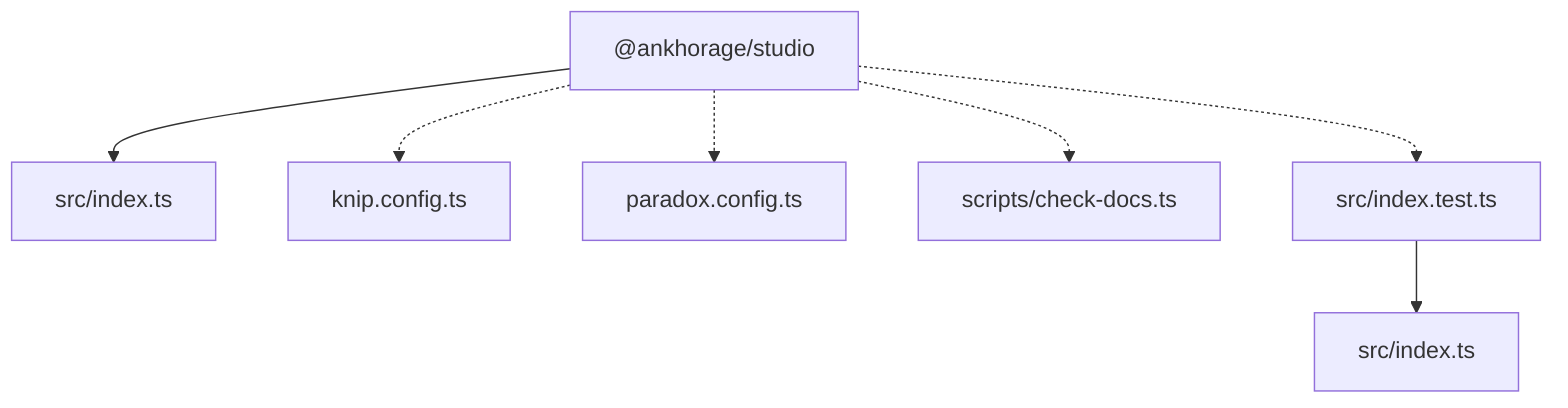
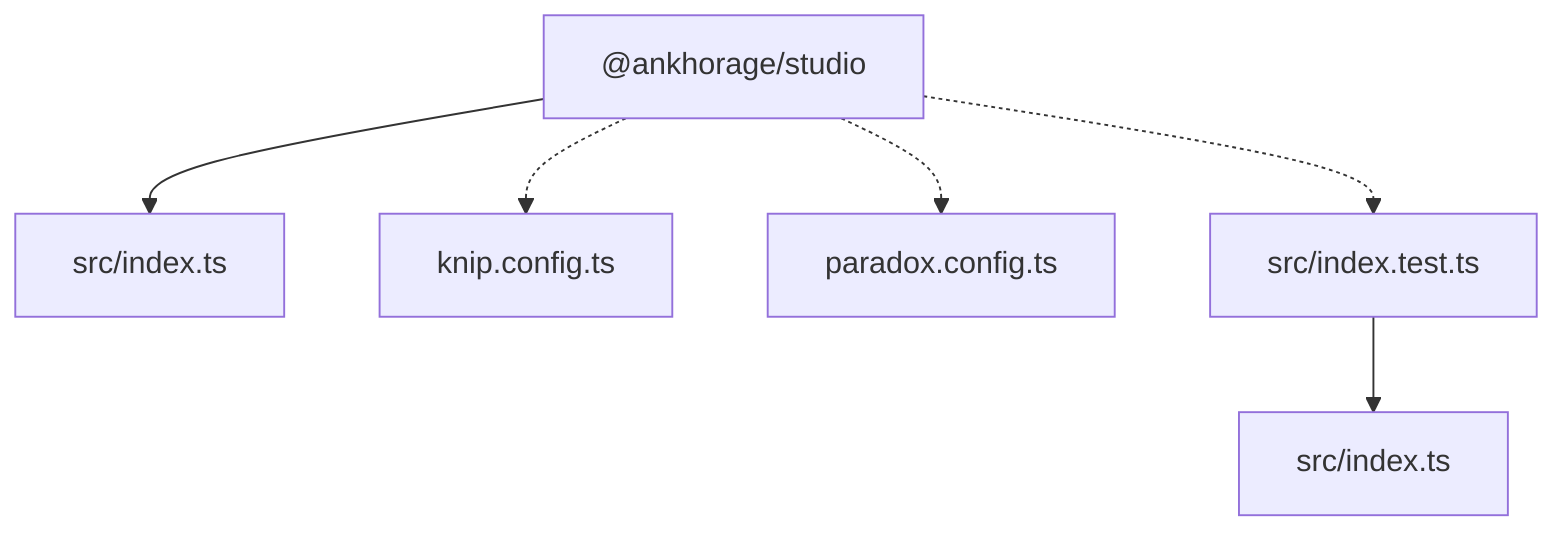
graph TD
  package__ankhorage_studio["@ankhorage/studio"]
  entrypoint_src_index_ts["src/index.ts"]
  package__ankhorage_studio --> entrypoint_src_index_ts
  module_knip_config_ts["knip.config.ts"]
  package__ankhorage_studio -.-> module_knip_config_ts
  module_paradox_config_ts["paradox.config.ts"]
  package__ankhorage_studio -.-> module_paradox_config_ts
-   module_scripts_check_docs_ts["scripts/check-docs.ts"]
-   package__ankhorage_studio -.-> module_scripts_check_docs_ts
  module_src_index_test_ts["src/index.test.ts"]
  package__ankhorage_studio -.-> module_src_index_test_ts
  module_src_index_test_ts --> module_src_index_ts
  module_src_index_ts["src/index.ts"]
